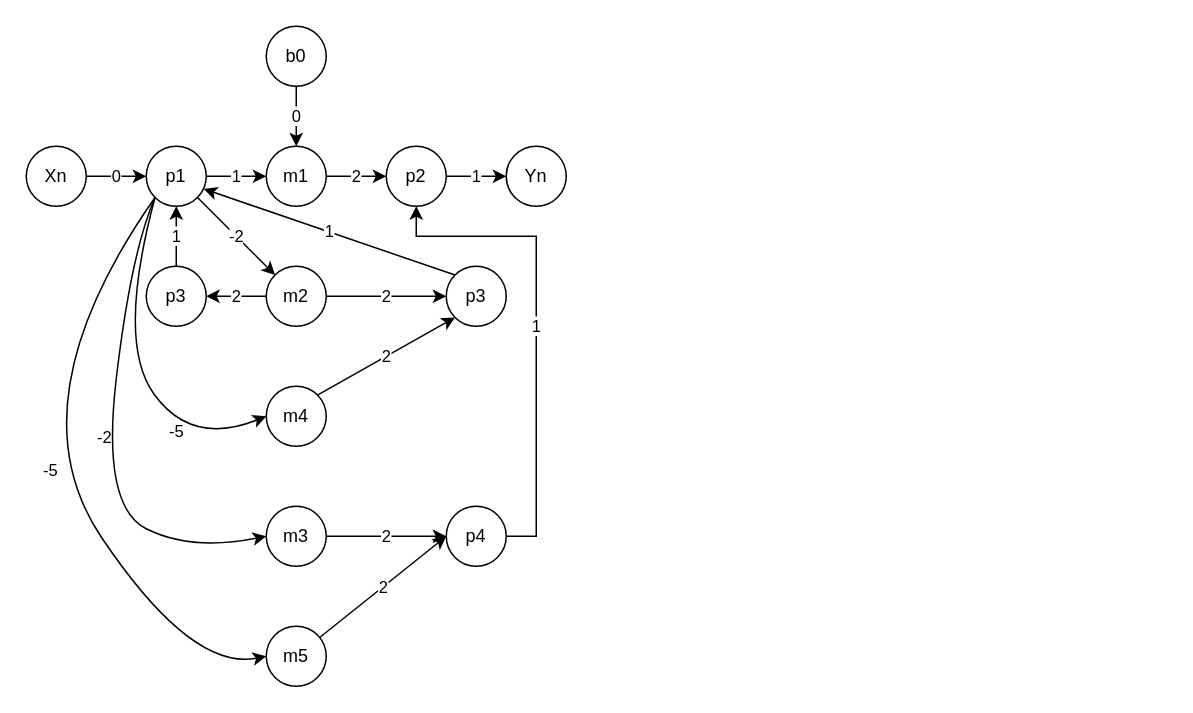
Before: page "Inequality" (1 of 5) of Assignement1/IDSP DrawIO.drawio in martinreinok/IDSP191210950, a draw.io diagram. Source tidied: cells renumbered, new cells numbered last; positions are measured from the earlier drawing's top-left corner, leaving out a move shared by most shapes. Both pictures are drawn from the tidied source at 150%, with x=0, y=0 at pixel (10, 26).
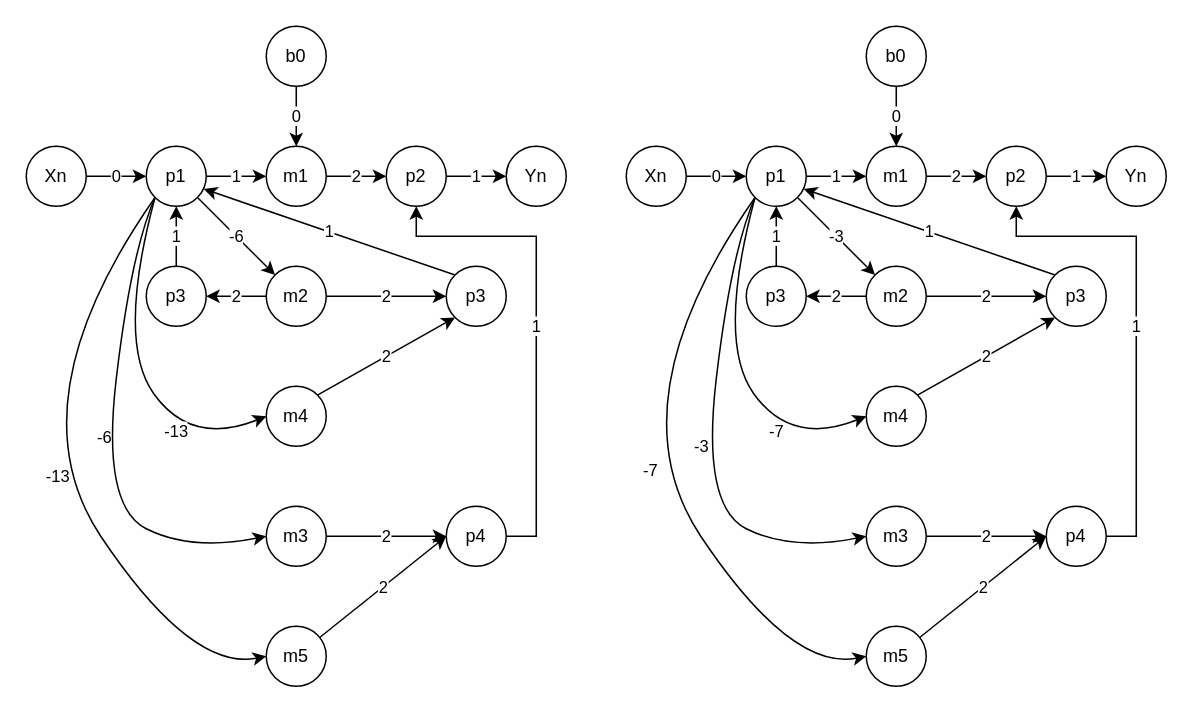
Above is the later version.

Commit message:
Fixed inequality graphs

Unchanged cells that the change refers to:
```xml
<mxCell id="3" value="p1" style="ellipse;whiteSpace=wrap;html=1;" parent="1" vertex="1">
  <mxGeometry x="90" y="80" width="40" height="40" as="geometry" />
</mxCell>
<mxCell id="15" value="m2" style="ellipse;whiteSpace=wrap;html=1;" parent="1" vertex="1">
  <mxGeometry x="170" y="160" width="40" height="40" as="geometry" />
</mxCell>
<mxCell id="17" value="m3" style="ellipse;whiteSpace=wrap;html=1;" parent="1" vertex="1">
  <mxGeometry x="170" y="320" width="40" height="40" as="geometry" />
</mxCell>
<mxCell id="19" value="m5" style="ellipse;whiteSpace=wrap;html=1;" parent="1" vertex="1">
  <mxGeometry x="170" y="400" width="40" height="40" as="geometry" />
</mxCell>
<mxCell id="20" value="m4" style="ellipse;whiteSpace=wrap;html=1;" parent="1" vertex="1">
  <mxGeometry x="170" y="240" width="40" height="40" as="geometry" />
</mxCell>
```

Diff of the diagram source:
```diff
@@
-    <mxCell id="23" value="-2" style="endArrow=classic;html=1;rounded=0;exitX=1;exitY=1;exitDx=0;exitDy=0;entryX=0;entryY=0;entryDx=0;entryDy=0;" parent="1" edge="1" source="3" target="15">
+    <mxCell id="23" value="-6" style="endArrow=classic;html=1;rounded=0;exitX=1;exitY=1;exitDx=0;exitDy=0;entryX=0;entryY=0;entryDx=0;entryDy=0;" parent="1" edge="1" source="3" target="15">
       <mxGeometry relative="1" as="geometry" />
     </mxCell>
-    <mxCell id="24" value="-2" style="curved=1;endArrow=classic;html=1;rounded=0;exitX=0;exitY=1;exitDx=0;exitDy=0;entryX=0;entryY=0.5;entryDx=0;entryDy=0;" parent="1" edge="1" source="3" target="17">
+    <mxCell id="24" value="-6" style="curved=1;endArrow=classic;html=1;rounded=0;exitX=0;exitY=1;exitDx=0;exitDy=0;entryX=0;entryY=0.5;entryDx=0;entryDy=0;" parent="1" edge="1" source="3" target="17">
       <mxGeometry y="-2" relative="1" as="geometry">
         <Array as="points">
           <mxPoint x="80" y="150" />
           <mxPoint x="60" y="320" />
           <mxPoint x="120" y="350" />
         </Array>
         <mxPoint x="-1" as="offset" />
       </mxGeometry>
     </mxCell>
-    <mxCell id="25" value="-5" style="curved=1;endArrow=classic;html=1;rounded=0;exitX=0;exitY=1;exitDx=0;exitDy=0;entryX=0;entryY=0.5;entryDx=0;entryDy=0;" parent="1" edge="1" source="3" target="20">
+    <mxCell id="25" value="-13" style="curved=1;endArrow=classic;html=1;rounded=0;exitX=0;exitY=1;exitDx=0;exitDy=0;entryX=0;entryY=0.5;entryDx=0;entryDy=0;" parent="1" edge="1" source="3" target="20">
       <mxGeometry x="0.43" y="-2" relative="1" as="geometry">
         <Array as="points">
           <mxPoint x="70" y="210" />
           <mxPoint x="120" y="280" />
         </Array>
       </mxGeometry>
     </mxCell>
-    <mxCell id="26" value="-5" style="curved=1;endArrow=classic;html=1;rounded=0;exitX=0;exitY=1;exitDx=0;exitDy=0;entryX=0;entryY=0.5;entryDx=0;entryDy=0;" parent="1" edge="1" source="3" target="19">
-      <mxGeometry x="0.01" y="-3" relative="1" as="geometry">
+    <mxCell id="26" value="-13" style="curved=1;endArrow=classic;html=1;rounded=0;exitX=0;exitY=1;exitDx=0;exitDy=0;entryX=0;entryY=0.5;entryDx=0;entryDy=0;" parent="1" edge="1" source="3" target="19">
+      <mxGeometry x="0.04" y="-2" relative="1" as="geometry">
         <Array as="points">
           <mxPoint y="251" />
           <mxPoint x="120" y="430" />
         </Array>
       </mxGeometry>
     </mxCell>
@@
+    <mxCell id="32" value="1" style="edgeStyle=orthogonalEdgeStyle;rounded=0;jettySize=auto;html=1;exitX=1;exitY=0.5;exitDx=0;exitDy=0;entryX=0;entryY=0.5;entryDx=0;entryDy=0;" parent="1" edge="1" source="33" target="39">
+      <mxGeometry relative="1" as="geometry" />
+    </mxCell>
+    <mxCell id="33" value="p1" style="ellipse;whiteSpace=wrap;html=1;" parent="1" vertex="1">
+      <mxGeometry x="490" y="80" width="40" height="40" as="geometry" />
+    </mxCell>
+    <mxCell id="34" value="0" style="edgeStyle=orthogonalEdgeStyle;rounded=0;jettySize=auto;html=1;exitX=1;exitY=0.5;exitDx=0;exitDy=0;entryX=0;entryY=0.5;entryDx=0;entryDy=0;" parent="1" edge="1" source="35" target="33">
+      <mxGeometry relative="1" as="geometry" />
+    </mxCell>
+    <mxCell id="35" value="Xn" style="ellipse;whiteSpace=wrap;html=1;" parent="1" vertex="1">
+      <mxGeometry x="410" y="80" width="40" height="40" as="geometry" />
+    </mxCell>
+    <mxCell id="36" value="1" style="edgeStyle=orthogonalEdgeStyle;rounded=0;jettySize=auto;html=1;exitX=0.5;exitY=0;exitDx=0;exitDy=0;entryX=0.5;entryY=1;entryDx=0;entryDy=0;" parent="1" edge="1" source="37" target="33">
+      <mxGeometry relative="1" as="geometry" />
+    </mxCell>
+    <mxCell id="37" value="p3" style="ellipse;whiteSpace=wrap;html=1;" parent="1" vertex="1">
+      <mxGeometry x="490" y="160" width="40" height="40" as="geometry" />
+    </mxCell>
+    <mxCell id="38" value="2" style="edgeStyle=orthogonalEdgeStyle;rounded=0;jettySize=auto;html=1;exitX=1;exitY=0.5;exitDx=0;exitDy=0;entryX=0;entryY=0.5;entryDx=0;entryDy=0;" parent="1" edge="1" source="39" target="42">
+      <mxGeometry relative="1" as="geometry" />
+    </mxCell>
+    <mxCell id="39" value="m1" style="ellipse;whiteSpace=wrap;html=1;" parent="1" vertex="1">
+      <mxGeometry x="570" y="80" width="40" height="40" as="geometry" />
+    </mxCell>
+    <mxCell id="40" value="Yn" style="ellipse;whiteSpace=wrap;html=1;" parent="1" vertex="1">
+      <mxGeometry x="730" y="80" width="40" height="40" as="geometry" />
+    </mxCell>
+    <mxCell id="41" value="1" style="edgeStyle=orthogonalEdgeStyle;rounded=0;jettySize=auto;html=1;exitX=1;exitY=0.5;exitDx=0;exitDy=0;entryX=0;entryY=0.5;entryDx=0;entryDy=0;" parent="1" edge="1" source="42" target="40">
+      <mxGeometry relative="1" as="geometry" />
+    </mxCell>
+    <mxCell id="42" value="p2" style="ellipse;whiteSpace=wrap;html=1;" parent="1" vertex="1">
+      <mxGeometry x="650" y="80" width="40" height="40" as="geometry" />
+    </mxCell>
+    <mxCell id="43" value="2" style="edgeStyle=orthogonalEdgeStyle;rounded=0;jettySize=auto;html=1;exitX=0;exitY=0.5;exitDx=0;exitDy=0;entryX=1;entryY=0.5;entryDx=0;entryDy=0;" parent="1" edge="1" source="45" target="37">
+      <mxGeometry relative="1" as="geometry" />
+    </mxCell>
+    <mxCell id="44" value="2" style="edgeStyle=orthogonalEdgeStyle;rounded=0;jettySize=auto;html=1;exitX=1;exitY=0.5;exitDx=0;exitDy=0;entryX=0;entryY=0.5;entryDx=0;entryDy=0;" parent="1" edge="1" source="45" target="57">
+      <mxGeometry relative="1" as="geometry" />
+    </mxCell>
+    <mxCell id="45" value="m2" style="ellipse;whiteSpace=wrap;html=1;" parent="1" vertex="1">
+      <mxGeometry x="570" y="160" width="40" height="40" as="geometry" />
+    </mxCell>
+    <mxCell id="46" value="2" style="edgeStyle=none;rounded=0;jettySize=auto;html=1;exitX=1;exitY=0.5;exitDx=0;exitDy=0;entryX=0;entryY=0.5;entryDx=0;entryDy=0;" parent="1" edge="1" source="47" target="59">
+      <mxGeometry relative="1" as="geometry" />
+    </mxCell>
+    <mxCell id="47" value="m3" style="ellipse;whiteSpace=wrap;html=1;" parent="1" vertex="1">
+      <mxGeometry x="570" y="320" width="40" height="40" as="geometry" />
+    </mxCell>
+    <mxCell id="48" value="2" style="edgeStyle=none;rounded=0;jettySize=auto;html=1;entryX=0;entryY=0.5;entryDx=0;entryDy=0;" parent="1" edge="1" source="49" target="59">
+      <mxGeometry relative="1" as="geometry" />
+    </mxCell>
+    <mxCell id="49" value="m5" style="ellipse;whiteSpace=wrap;html=1;" parent="1" vertex="1">
+      <mxGeometry x="570" y="400" width="40" height="40" as="geometry" />
+    </mxCell>
+    <mxCell id="50" value="m4" style="ellipse;whiteSpace=wrap;html=1;" parent="1" vertex="1">
+      <mxGeometry x="570" y="240" width="40" height="40" as="geometry" />
+    </mxCell>
+    <mxCell id="51" value="0" style="edgeStyle=orthogonalEdgeStyle;rounded=0;jettySize=auto;html=1;exitX=0.5;exitY=1;exitDx=0;exitDy=0;entryX=0.5;entryY=0;entryDx=0;entryDy=0;" parent="1" edge="1" source="52" target="39">
+      <mxGeometry relative="1" as="geometry" />
+    </mxCell>
+    <mxCell id="52" value="b0" style="ellipse;whiteSpace=wrap;html=1;" parent="1" vertex="1">
+      <mxGeometry x="570" width="40" height="40" as="geometry" />
+    </mxCell>
+    <mxCell id="53" value="-3" style="endArrow=classic;html=1;rounded=0;exitX=1;exitY=1;exitDx=0;exitDy=0;entryX=0;entryY=0;entryDx=0;entryDy=0;" parent="1" edge="1" source="33" target="45">
+      <mxGeometry relative="1" as="geometry" />
+    </mxCell>
+    <mxCell id="54" value="-3" style="curved=1;endArrow=classic;html=1;rounded=0;exitX=0;exitY=1;exitDx=0;exitDy=0;entryX=0;entryY=0.5;entryDx=0;entryDy=0;" parent="1" edge="1" source="33" target="47">
+      <mxGeometry x="0.04" y="-5" relative="1" as="geometry">
+        <Array as="points">
+          <mxPoint x="480" y="150" />
+          <mxPoint x="460" y="320" />
+          <mxPoint x="520" y="350" />
+        </Array>
+      </mxGeometry>
+    </mxCell>
+    <mxCell id="55" value="-7" style="curved=1;endArrow=classic;html=1;rounded=0;exitX=0;exitY=1;exitDx=0;exitDy=0;entryX=0;entryY=0.5;entryDx=0;entryDy=0;" parent="1" edge="1" source="33" target="50">
+      <mxGeometry x="0.43" y="-2" relative="1" as="geometry">
+        <Array as="points">
+          <mxPoint x="470" y="210" />
+          <mxPoint x="520" y="280" />
+        </Array>
+      </mxGeometry>
+    </mxCell>
+    <mxCell id="56" value="-7" style="curved=1;endArrow=classic;html=1;rounded=0;exitX=0;exitY=1;exitDx=0;exitDy=0;entryX=0;entryY=0.5;entryDx=0;entryDy=0;" parent="1" edge="1" source="33" target="49">
+      <mxGeometry x="0.01" y="-3" relative="1" as="geometry">
+        <Array as="points">
+          <mxPoint x="400" y="251" />
+          <mxPoint x="520" y="430" />
+        </Array>
+      </mxGeometry>
+    </mxCell>
+    <mxCell id="57" value="p3" style="ellipse;whiteSpace=wrap;html=1;" parent="1" vertex="1">
+      <mxGeometry x="690" y="160" width="40" height="40" as="geometry" />
+    </mxCell>
+    <mxCell id="58" value="1" style="edgeStyle=orthogonalEdgeStyle;rounded=0;jettySize=auto;html=1;exitX=1;exitY=0.5;exitDx=0;exitDy=0;entryX=0.5;entryY=1;entryDx=0;entryDy=0;" parent="1" edge="1" source="59" target="42">
+      <mxGeometry relative="1" as="geometry">
+        <Array as="points">
+          <mxPoint x="750" y="340" />
+          <mxPoint x="750" y="140" />
+          <mxPoint x="670" y="140" />
+        </Array>
+      </mxGeometry>
+    </mxCell>
+    <mxCell id="59" value="p4" style="ellipse;whiteSpace=wrap;html=1;" parent="1" vertex="1">
+      <mxGeometry x="690" y="320" width="40" height="40" as="geometry" />
+    </mxCell>
+    <mxCell id="60" value="1" style="endArrow=classic;html=1;rounded=0;exitX=0;exitY=0;exitDx=0;exitDy=0;entryX=0.959;entryY=0.712;entryDx=0;entryDy=0;entryPerimeter=0;" parent="1" edge="1" source="57" target="33">
+      <mxGeometry relative="1" as="geometry" />
+    </mxCell>
+    <mxCell id="61" value="2" style="endArrow=classic;html=1;rounded=0;exitX=1;exitY=0;exitDx=0;exitDy=0;entryX=0;entryY=1;entryDx=0;entryDy=0;" parent="1" edge="1" source="50" target="57">
+      <mxGeometry relative="1" as="geometry" />
+    </mxCell>
```
